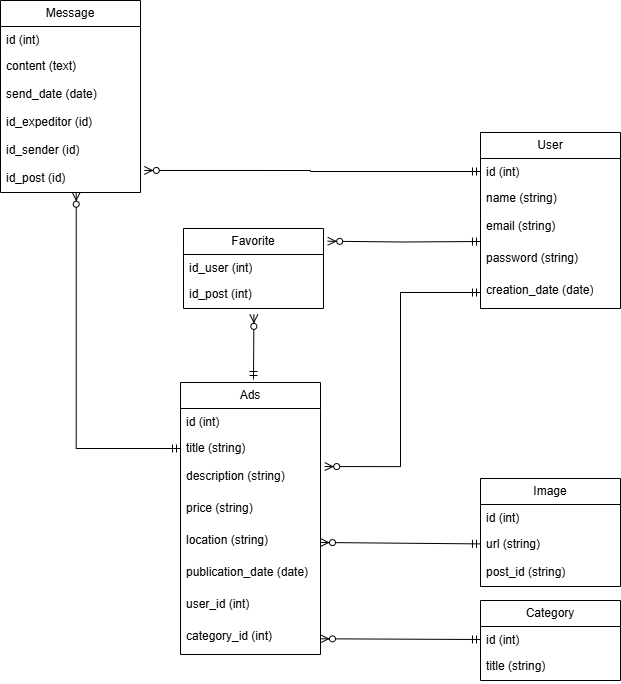
Above: db/conception/MLD_MARKET-ADS_MANAGER.drawio.png in LYWAUTm/MARKET_ADS_MANAGER (draw.io), before the change. Source tidied: cells renumbered, new cells last; positions are measured from the earlier drawing's top-left corner, leaving out a move shared by most shapes.
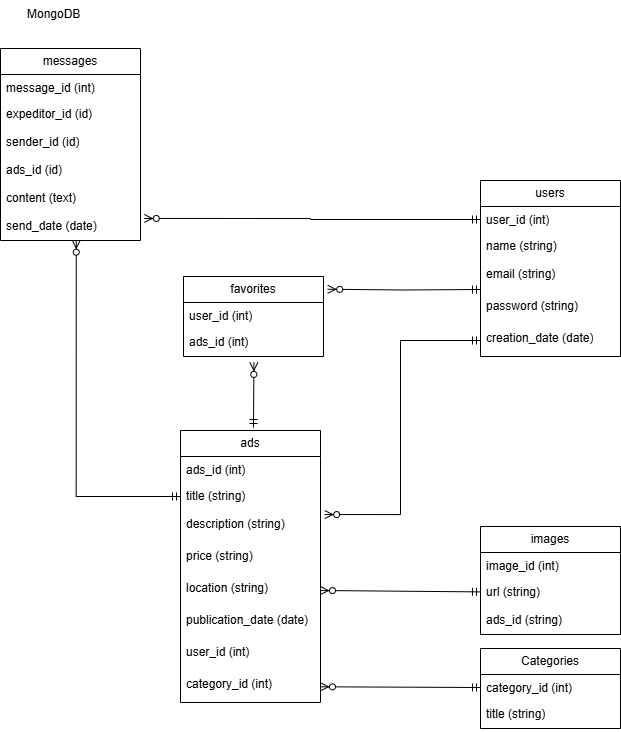
After the change.

Diff of the diagram source:
```diff
@@ -5,10 +5,10 @@
     <mxCell id="2" value="&lt;div&gt;&lt;br&gt;&lt;/div&gt;" style="text;strokeColor=none;fillColor=none;align=left;verticalAlign=top;spacingLeft=4;spacingRight=4;overflow=hidden;whiteSpace=wrap;html=1;" parent="1" vertex="1">
       <mxGeometry x="190" y="328" width="160" height="26" as="geometry" />
     </mxCell>
-    <mxCell id="3" value="User" style="swimlane;fontStyle=0;horizontal=1;startSize=26;fillColor=none;whiteSpace=wrap;html=1;" parent="1" vertex="1">
+    <mxCell id="3" value="users" style="swimlane;fontStyle=0;horizontal=1;startSize=26;fillColor=none;whiteSpace=wrap;html=1;" parent="1" vertex="1">
       <mxGeometry x="480" y="132" width="140" height="176" as="geometry" />
     </mxCell>
-    <mxCell id="4" value="id (int)" style="text;strokeColor=none;fillColor=none;align=left;verticalAlign=top;spacingLeft=4;spacingRight=4;overflow=hidden;points=[[0,0.5],[1,0.5]];portConstraint=eastwest;whiteSpace=wrap;html=1;" parent="3" vertex="1">
+    <mxCell id="4" value="user_id (int)" style="text;strokeColor=none;fillColor=none;align=left;verticalAlign=top;spacingLeft=4;spacingRight=4;overflow=hidden;points=[[0,0.5],[1,0.5]];portConstraint=eastwest;whiteSpace=wrap;html=1;" parent="3" vertex="1">
       <mxGeometry y="26" width="140" height="26" as="geometry" />
     </mxCell>
     <mxCell id="5" value="name (string)" style="text;strokeColor=none;fillColor=none;align=left;verticalAlign=top;spacingLeft=4;spacingRight=4;overflow=hidden;whiteSpace=wrap;html=1;" parent="3" vertex="1">
@@ -23,10 +23,10 @@
     <mxCell id="8" value="&lt;div&gt;creation_date (date)&lt;/div&gt;&lt;div&gt;&lt;br&gt;&lt;/div&gt;" style="text;strokeColor=none;fillColor=none;align=left;verticalAlign=top;spacingLeft=4;spacingRight=4;overflow=hidden;points=[[0,0.5],[1,0.5]];portConstraint=eastwest;whiteSpace=wrap;html=1;" parent="3" vertex="1">
       <mxGeometry y="144" width="140" height="32" as="geometry" />
     </mxCell>
-    <mxCell id="9" value="Ads" style="swimlane;fontStyle=0;horizontal=1;startSize=26;fillColor=none;whiteSpace=wrap;html=1;" parent="1" vertex="1">
+    <mxCell id="9" value="ads" style="swimlane;fontStyle=0;horizontal=1;startSize=26;fillColor=none;whiteSpace=wrap;html=1;" parent="1" vertex="1">
       <mxGeometry x="180" y="382" width="140" height="272" as="geometry" />
     </mxCell>
-    <mxCell id="10" value="id (int)" style="text;strokeColor=none;fillColor=none;align=left;verticalAlign=top;spacingLeft=4;spacingRight=4;overflow=hidden;whiteSpace=wrap;html=1;" parent="9" vertex="1">
+    <mxCell id="10" value="ads_id (int)" style="text;strokeColor=none;fillColor=none;align=left;verticalAlign=top;spacingLeft=4;spacingRight=4;overflow=hidden;whiteSpace=wrap;html=1;" parent="9" vertex="1">
       <mxGeometry y="26" width="140" height="26" as="geometry" />
     </mxCell>
     <mxCell id="11" value="title (string)" style="text;strokeColor=none;fillColor=none;align=left;verticalAlign=top;spacingLeft=4;spacingRight=4;overflow=hidden;points=[[0,0.5],[1,0.5]];portConstraint=eastwest;whiteSpace=wrap;html=1;" parent="9" vertex="1">
@@ -50,37 +50,37 @@
     <mxCell id="17" value="&lt;div&gt;category_id (int)&lt;/div&gt;&lt;div&gt;&lt;br&gt;&lt;/div&gt;" style="text;strokeColor=none;fillColor=none;align=left;verticalAlign=top;spacingLeft=4;spacingRight=4;overflow=hidden;points=[[0,0.5],[1,0.5]];portConstraint=eastwest;whiteSpace=wrap;html=1;" parent="9" vertex="1">
       <mxGeometry y="240" width="140" height="32" as="geometry" />
     </mxCell>
-    <mxCell id="18" value="Category" style="swimlane;fontStyle=0;horizontal=1;startSize=26;fillColor=none;whiteSpace=wrap;html=1;" parent="1" vertex="1">
+    <mxCell id="18" value="Categories" style="swimlane;fontStyle=0;horizontal=1;startSize=26;fillColor=none;whiteSpace=wrap;html=1;" parent="1" vertex="1">
       <mxGeometry x="480" y="600" width="140" height="80" as="geometry" />
     </mxCell>
-    <mxCell id="19" value="id (int)" style="text;strokeColor=none;fillColor=none;align=left;verticalAlign=top;spacingLeft=4;spacingRight=4;overflow=hidden;points=[[0,0.5],[1,0.5]];portConstraint=eastwest;whiteSpace=wrap;html=1;" parent="18" vertex="1">
+    <mxCell id="19" value="category_id (int)" style="text;strokeColor=none;fillColor=none;align=left;verticalAlign=top;spacingLeft=4;spacingRight=4;overflow=hidden;points=[[0,0.5],[1,0.5]];portConstraint=eastwest;whiteSpace=wrap;html=1;" parent="18" vertex="1">
       <mxGeometry y="26" width="140" height="26" as="geometry" />
     </mxCell>
     <mxCell id="20" value="title (string)" style="text;strokeColor=none;fillColor=none;align=left;verticalAlign=top;spacingLeft=4;spacingRight=4;overflow=hidden;whiteSpace=wrap;html=1;" parent="18" vertex="1">
       <mxGeometry y="52" width="140" height="28" as="geometry" />
     </mxCell>
-    <mxCell id="21" value="Image" style="swimlane;fontStyle=0;horizontal=1;startSize=26;fillColor=none;whiteSpace=wrap;html=1;" parent="1" vertex="1">
+    <mxCell id="21" value="images" style="swimlane;fontStyle=0;horizontal=1;startSize=26;fillColor=none;whiteSpace=wrap;html=1;" parent="1" vertex="1">
       <mxGeometry x="480" y="478" width="140" height="108" as="geometry" />
     </mxCell>
-    <mxCell id="22" value="id (int)" style="text;strokeColor=none;fillColor=none;align=left;verticalAlign=top;spacingLeft=4;spacingRight=4;overflow=hidden;whiteSpace=wrap;html=1;" parent="21" vertex="1">
+    <mxCell id="22" value="image_id (int)" style="text;strokeColor=none;fillColor=none;align=left;verticalAlign=top;spacingLeft=4;spacingRight=4;overflow=hidden;whiteSpace=wrap;html=1;" parent="21" vertex="1">
       <mxGeometry y="26" width="140" height="26" as="geometry" />
     </mxCell>
     <mxCell id="23" value="url (string)" style="text;strokeColor=none;fillColor=none;align=left;verticalAlign=top;spacingLeft=4;spacingRight=4;overflow=hidden;points=[[0,0.5],[1,0.5]];portConstraint=eastwest;whiteSpace=wrap;html=1;" parent="21" vertex="1">
       <mxGeometry y="52" width="140" height="28" as="geometry" />
     </mxCell>
-    <mxCell id="24" value="post_id (string)" style="text;strokeColor=none;fillColor=none;align=left;verticalAlign=top;spacingLeft=4;spacingRight=4;overflow=hidden;whiteSpace=wrap;html=1;" parent="21" vertex="1">
+    <mxCell id="24" value="ads_id (string)" style="text;strokeColor=none;fillColor=none;align=left;verticalAlign=top;spacingLeft=4;spacingRight=4;overflow=hidden;whiteSpace=wrap;html=1;" parent="21" vertex="1">
       <mxGeometry y="80" width="140" height="28" as="geometry" />
     </mxCell>
     <mxCell id="25" style="fontSize=12;html=1;endArrow=ERzeroToMany;startArrow=ERmandOne;rounded=0;exitX=0;exitY=0.5;exitDx=0;exitDy=0;entryX=1.03;entryY=0.127;entryDx=0;entryDy=0;entryPerimeter=0;edgeStyle=orthogonalEdgeStyle;" parent="1" edge="1" source="8" target="12">
       <mxGeometry relative="1" as="geometry" />
     </mxCell>
-    <mxCell id="26" value="Favorite" style="swimlane;fontStyle=0;horizontal=1;startSize=26;fillColor=none;whiteSpace=wrap;html=1;" parent="1" vertex="1">
+    <mxCell id="26" value="favorites" style="swimlane;fontStyle=0;horizontal=1;startSize=26;fillColor=none;whiteSpace=wrap;html=1;" parent="1" vertex="1">
       <mxGeometry x="183" y="228" width="140" height="80" as="geometry" />
     </mxCell>
-    <mxCell id="27" value="id_user (int)" style="text;strokeColor=none;fillColor=none;align=left;verticalAlign=top;spacingLeft=4;spacingRight=4;overflow=hidden;whiteSpace=wrap;html=1;" parent="26" vertex="1">
+    <mxCell id="27" value="user_id (int)" style="text;strokeColor=none;fillColor=none;align=left;verticalAlign=top;spacingLeft=4;spacingRight=4;overflow=hidden;whiteSpace=wrap;html=1;" parent="26" vertex="1">
       <mxGeometry y="26" width="140" height="26" as="geometry" />
     </mxCell>
-    <mxCell id="28" value="id_post (int)" style="text;strokeColor=none;fillColor=none;align=left;verticalAlign=top;spacingLeft=4;spacingRight=4;overflow=hidden;points=[[0,0.5],[1,0.5]];portConstraint=eastwest;whiteSpace=wrap;html=1;" parent="26" vertex="1">
+    <mxCell id="28" value="ads_id (int)" style="text;strokeColor=none;fillColor=none;align=left;verticalAlign=top;spacingLeft=4;spacingRight=4;overflow=hidden;points=[[0,0.5],[1,0.5]];portConstraint=eastwest;whiteSpace=wrap;html=1;" parent="26" vertex="1">
       <mxGeometry y="52" width="140" height="28" as="geometry" />
     </mxCell>
     <mxCell id="29" style="fontSize=12;html=1;endArrow=ERzeroToMany;startArrow=ERmandOne;rounded=0;entryX=1.03;entryY=0.159;entryDx=0;entryDy=0;entryPerimeter=0;edgeStyle=orthogonalEdgeStyle;" parent="1" edge="1" target="26">
@@ -94,25 +94,25 @@
     <mxCell id="31" style="fontSize=12;html=1;endArrow=ERzeroToMany;startArrow=ERmandOne;rounded=0;entryX=1;entryY=0.5;entryDx=0;entryDy=0;" parent="1" edge="1" source="23" target="14">
       <mxGeometry relative="1" as="geometry" />
     </mxCell>
-    <mxCell id="32" value="Message" style="swimlane;fontStyle=0;horizontal=1;startSize=26;fillColor=none;whiteSpace=wrap;html=1;" parent="1" vertex="1">
+    <mxCell id="32" value="messages" style="swimlane;fontStyle=0;horizontal=1;startSize=26;fillColor=none;whiteSpace=wrap;html=1;" parent="1" vertex="1">
       <mxGeometry width="140" height="192" as="geometry" />
     </mxCell>
-    <mxCell id="33" value="id (int)" style="text;strokeColor=none;fillColor=none;align=left;verticalAlign=top;spacingLeft=4;spacingRight=4;overflow=hidden;whiteSpace=wrap;html=1;" parent="32" vertex="1">
+    <mxCell id="33" value="message_id (int)" style="text;strokeColor=none;fillColor=none;align=left;verticalAlign=top;spacingLeft=4;spacingRight=4;overflow=hidden;whiteSpace=wrap;html=1;" parent="32" vertex="1">
       <mxGeometry y="26" width="140" height="26" as="geometry" />
     </mxCell>
-    <mxCell id="34" value="content (text)" style="text;strokeColor=none;fillColor=none;align=left;verticalAlign=top;spacingLeft=4;spacingRight=4;overflow=hidden;whiteSpace=wrap;html=1;" parent="32" vertex="1">
+    <mxCell id="34" value="expeditor_id (id)" style="text;strokeColor=none;fillColor=none;align=left;verticalAlign=top;spacingLeft=4;spacingRight=4;overflow=hidden;whiteSpace=wrap;html=1;" parent="32" vertex="1">
       <mxGeometry y="52" width="140" height="28" as="geometry" />
     </mxCell>
+    <mxCell id="36" value="sender_id (id)" style="text;strokeColor=none;fillColor=none;align=left;verticalAlign=top;spacingLeft=4;spacingRight=4;overflow=hidden;whiteSpace=wrap;html=1;" parent="32" vertex="1">
+      <mxGeometry y="80" width="140" height="28" as="geometry" />
+    </mxCell>
-    <mxCell id="35" value="send_date (date)" style="text;strokeColor=none;fillColor=none;align=left;verticalAlign=top;spacingLeft=4;spacingRight=4;overflow=hidden;whiteSpace=wrap;html=1;" parent="32" vertex="1">
-      <mxGeometry y="80" width="140" height="28" as="geometry" />
+    <mxCell id="35" value="ads_id (id)" style="text;strokeColor=none;fillColor=none;align=left;verticalAlign=top;spacingLeft=4;spacingRight=4;overflow=hidden;whiteSpace=wrap;html=1;" parent="32" vertex="1">
+      <mxGeometry y="108" width="140" height="28" as="geometry" />
     </mxCell>
-    <mxCell id="36" value="id_expeditor (id)" style="text;strokeColor=none;fillColor=none;align=left;verticalAlign=top;spacingLeft=4;spacingRight=4;overflow=hidden;whiteSpace=wrap;html=1;" parent="32" vertex="1">
-      <mxGeometry y="108" width="140" height="28" as="geometry" />
-    </mxCell>
-    <mxCell id="37" value="id_sender (id)" style="text;strokeColor=none;fillColor=none;align=left;verticalAlign=top;spacingLeft=4;spacingRight=4;overflow=hidden;whiteSpace=wrap;html=1;" parent="32" vertex="1">
+    <mxCell id="37" value="content (text)" style="text;strokeColor=none;fillColor=none;align=left;verticalAlign=top;spacingLeft=4;spacingRight=4;overflow=hidden;whiteSpace=wrap;html=1;" parent="32" vertex="1">
       <mxGeometry y="136" width="140" height="28" as="geometry" />
     </mxCell>
-    <mxCell id="38" value="id_post (id)" style="text;strokeColor=none;fillColor=none;align=left;verticalAlign=top;spacingLeft=4;spacingRight=4;overflow=hidden;points=[[0,0.5],[1,0.5]];portConstraint=eastwest;whiteSpace=wrap;html=1;" parent="32" vertex="1">
+    <mxCell id="38" value="send_date (date)" style="text;strokeColor=none;fillColor=none;align=left;verticalAlign=top;spacingLeft=4;spacingRight=4;overflow=hidden;points=[[0,0.5],[1,0.5]];portConstraint=eastwest;whiteSpace=wrap;html=1;" parent="32" vertex="1">
       <mxGeometry y="164" width="140" height="28" as="geometry" />
     </mxCell>
     <mxCell id="39" style="fontSize=12;html=1;endArrow=ERzeroToMany;startArrow=ERmandOne;rounded=0;entryX=0.503;entryY=1.211;entryDx=0;entryDy=0;entryPerimeter=0;" parent="1" edge="1" target="28">
@@ -126,5 +126,8 @@
     <mxCell id="41" style="fontSize=12;html=1;endArrow=ERzeroToMany;startArrow=ERmandOne;rounded=0;exitX=0;exitY=0.5;exitDx=0;exitDy=0;entryX=0.541;entryY=0.99;entryDx=0;entryDy=0;entryPerimeter=0;edgeStyle=orthogonalEdgeStyle;" parent="1" edge="1" source="11" target="38">
       <mxGeometry relative="1" as="geometry" />
     </mxCell>
+    <mxCell id="42" value="&lt;div style=&quot;text-align: center;&quot;&gt;&lt;span style=&quot;background-color: transparent;&quot;&gt;MongoDB&lt;/span&gt;&lt;/div&gt;" style="text;whiteSpace=wrap;html=1;" parent="1" vertex="1">
+      <mxGeometry x="25" y="-48" width="90" height="20" as="geometry" />
+    </mxCell>
   </root>
 </mxGraphModel>
```
